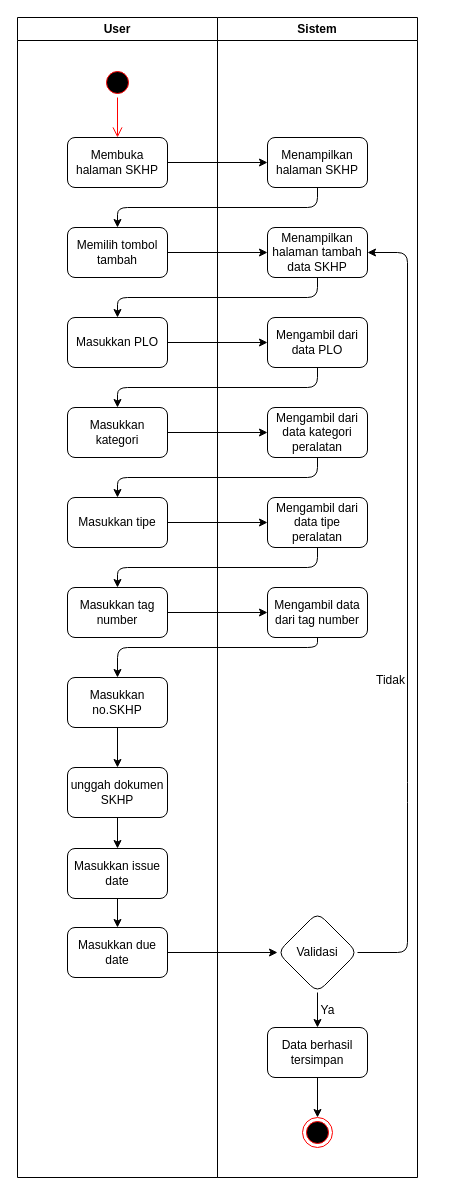
Above: SKHP/tambahSKHP.drawio in rismanrhz/idms (draw.io), before the change. Source tidied: cells renumbered, new cells numbered last; positions are measured from the earlier drawing's top-left corner, leaving out a move shared by most shapes. Both pictures are drawn from the tidied source at 100%, with x=0, y=0 at pixel (17, 17).
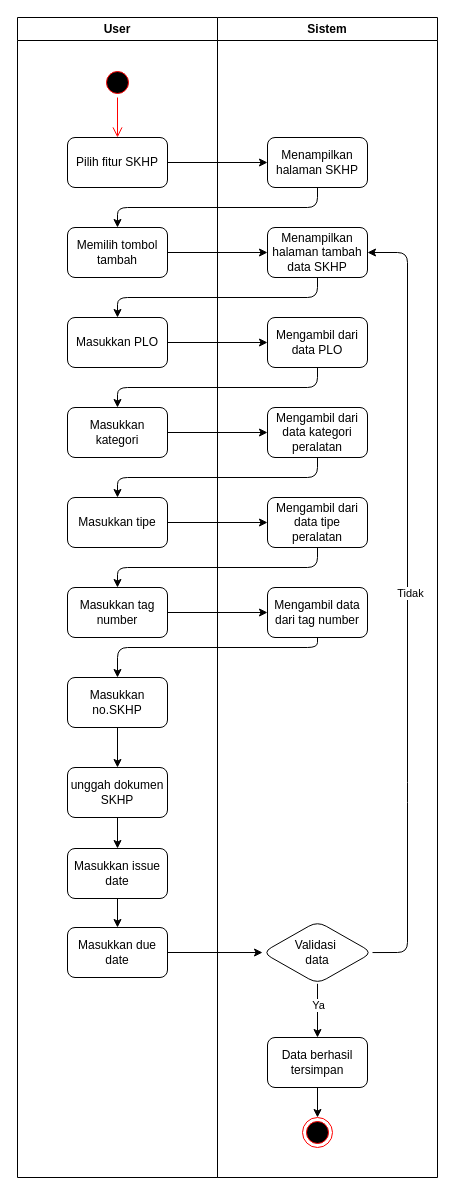
Above is the later version.

The change refers to these unchanged cells:
```xml
<mxCell id="2" value="User" style="swimlane;whiteSpace=wrap;html=1;" parent="1" vertex="1">
  <mxGeometry width="200" height="1160" as="geometry" />
</mxCell>
<mxCell id="25" style="edgeStyle=none;html=1;entryX=1;entryY=0.5;entryDx=0;entryDy=0;exitX=1;exitY=0.5;exitDx=0;exitDy=0;" parent="18" edge="1" source="27" target="20">
  <mxGeometry relative="1" as="geometry">
    <Array as="points">
      <mxPoint x="190" y="935" />
      <mxPoint x="190" y="775" />
      <mxPoint x="190" y="235" />
    </Array>
  </mxGeometry>
</mxCell>
<mxCell id="26" style="edgeStyle=none;html=1;" parent="18" edge="1" source="27" target="29">
  <mxGeometry relative="1" as="geometry" />
</mxCell>
```

What changed in the source:
```diff
@@
-    <mxCell id="5" value="Membuka halaman SKHP" style="rounded=1;whiteSpace=wrap;html=1;" parent="2" vertex="1">
+    <mxCell id="5" value="Pilih fitur SKHP" style="rounded=1;whiteSpace=wrap;html=1;" parent="2" vertex="1">
       <mxGeometry x="50" y="120" width="100" height="50" as="geometry" />
     </mxCell>
@@
     <mxCell id="18" value="Sistem" style="swimlane;whiteSpace=wrap;html=1;" parent="1" vertex="1">
-      <mxGeometry x="200" width="200" height="1160" as="geometry" />
+      <mxGeometry x="200" width="220" height="1160" as="geometry" />
     </mxCell>
@@
+    <mxCell id="44" value="Tidak" style="edgeLabel;html=1;align=center;verticalAlign=middle;" parent="25" vertex="1">
+      <mxGeometry x="0.02" y="-2" relative="1" as="geometry" />
+    </mxCell>
@@
+    <mxCell id="45" value="Ya" style="edgeLabel;html=1;align=center;verticalAlign=middle;" parent="26" vertex="1">
+      <mxGeometry x="-0.22" relative="1" as="geometry" />
+    </mxCell>
-    <mxCell id="27" value="Validasi" style="rhombus;whiteSpace=wrap;html=1;rounded=1;" parent="18" vertex="1">
-      <mxGeometry x="60" y="895" width="80" height="80" as="geometry" />
+    <mxCell id="27" value="Validasi&amp;nbsp;&lt;div&gt;data&lt;/div&gt;" style="rhombus;whiteSpace=wrap;html=1;rounded=1;" parent="18" vertex="1">
+      <mxGeometry x="45" y="903.8" width="110" height="62.5" as="geometry" />
     </mxCell>
@@
     <mxCell id="29" value="Data berhasil tersimpan" style="rounded=1;whiteSpace=wrap;html=1;" parent="18" vertex="1">
-      <mxGeometry x="50" y="1010" width="100" height="50" as="geometry" />
+      <mxGeometry x="50" y="1020" width="100" height="50" as="geometry" />
     </mxCell>
@@
-    <mxCell id="44" value="Tidak" style="text;html=1;align=center;verticalAlign=middle;strokeColor=none;fillColor=none;" parent="1" vertex="1">
-      <mxGeometry x="348" y="648" width="50" height="30" as="geometry" />
-    </mxCell>
-    <mxCell id="45" value="Ya" style="text;html=1;align=center;verticalAlign=middle;strokeColor=none;fillColor=none;" parent="1" vertex="1">
-      <mxGeometry x="290" y="978" width="40" height="30" as="geometry" />
-    </mxCell>
```
